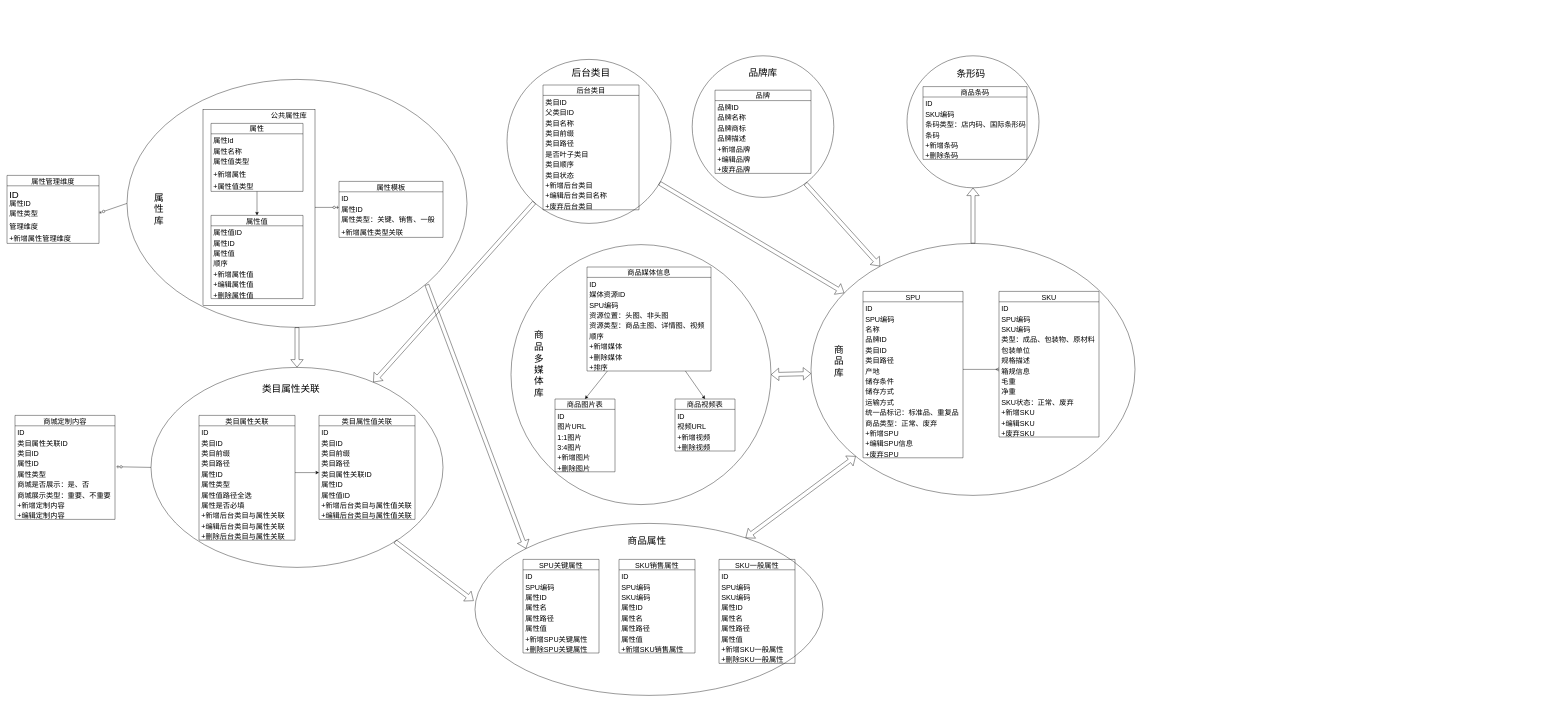
This is mode Diagram.drawio from baizi/draw, a draw.io file, before an edit. Source tidied: cells renumbered, new cells numbered last; positions are measured from the earlier drawing's top-left corner, leaving out a move shared by most shapes. Both pictures are drawn from the tidied source at 40%, with x=0, y=0 at pixel (7, 56).
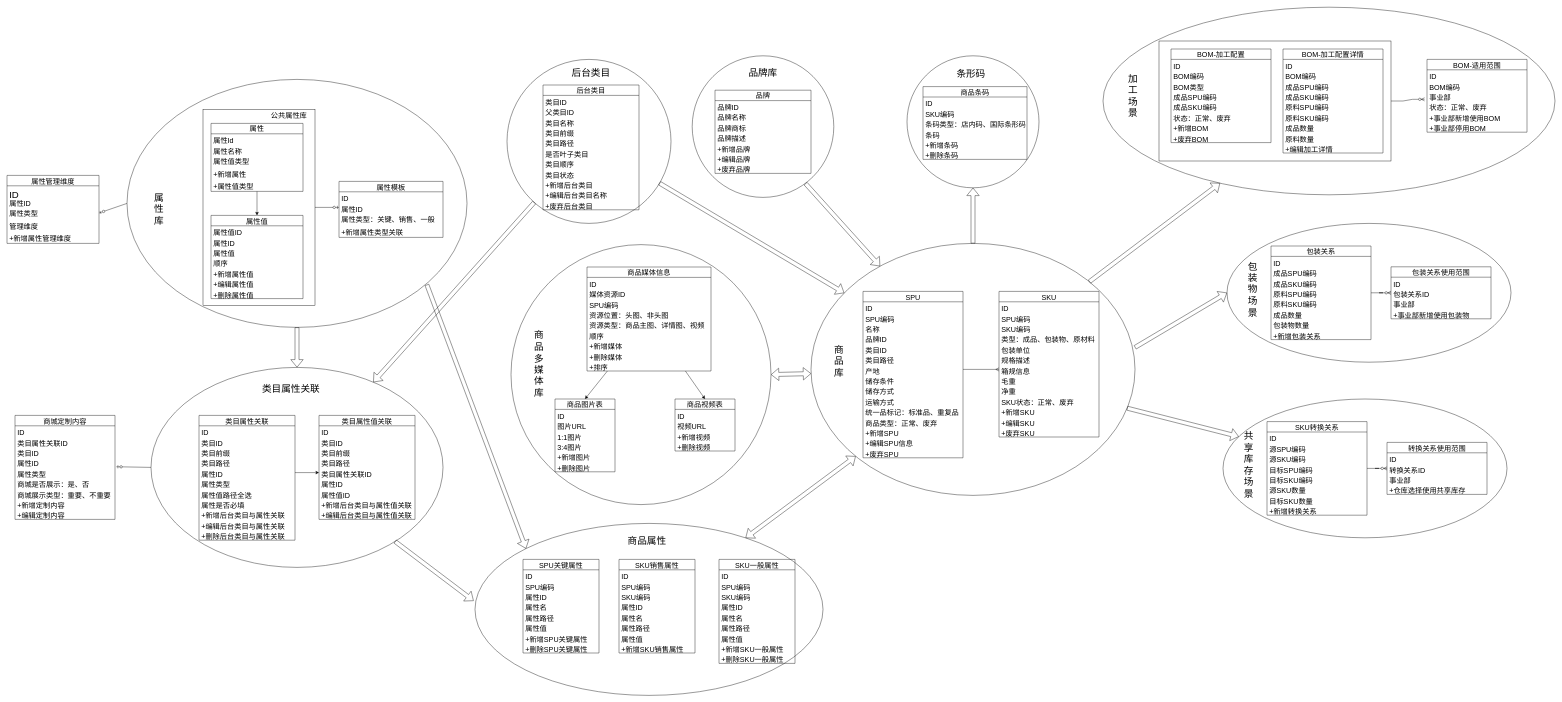
After the change.

Unchanged cells that the change refers to:
```xml
<mxCell id="7" style="ellipse;whiteSpace=wrap;html=1;fontSize=18;" parent="1" vertex="1">
  <mxGeometry x="2010" y="469" width="810" height="630" as="geometry" />
</mxCell>
```

Change to the diagram source:
```diff
@@
+    <mxCell id="202" style="ellipse;whiteSpace=wrap;html=1;fontSize=24;" parent="1" vertex="1">
+      <mxGeometry x="3050" y="419" width="710" height="347" as="geometry" />
+    </mxCell>
+    <mxCell id="203" style="ellipse;whiteSpace=wrap;html=1;fontSize=24;" parent="1" vertex="1">
+      <mxGeometry x="2740" y="-121.5" width="1130" height="469" as="geometry" />
+    </mxCell>
+    <mxCell id="204" style="rounded=0;whiteSpace=wrap;html=1;fontSize=24;" parent="1" vertex="1">
+      <mxGeometry x="2880" y="-37" width="580" height="300" as="geometry" />
+    </mxCell>
@@
+    <mxCell id="205" value="BOM-加工配置" style="swimlane;fontStyle=0;horizontal=1;startSize=26;fillColor=none;fontSize=18;" parent="1" vertex="1">
+      <mxGeometry x="2910" y="-17" width="250" height="234" as="geometry" />
+    </mxCell>
+    <mxCell id="206" value="ID" style="text;strokeColor=none;fillColor=none;align=left;verticalAlign=top;spacingLeft=4;spacingRight=4;overflow=hidden;fontSize=18;" parent="205" vertex="1">
+      <mxGeometry y="26" width="250" height="26" as="geometry" />
+    </mxCell>
+    <mxCell id="207" value="BOM编码" style="text;strokeColor=none;fillColor=none;align=left;verticalAlign=top;spacingLeft=4;spacingRight=4;overflow=hidden;fontSize=18;" parent="205" vertex="1">
+      <mxGeometry y="52" width="250" height="26" as="geometry" />
+    </mxCell>
+    <mxCell id="208" value="BOM类型" style="text;strokeColor=none;fillColor=none;align=left;verticalAlign=top;spacingLeft=4;spacingRight=4;overflow=hidden;fontSize=18;" parent="205" vertex="1">
+      <mxGeometry y="78" width="250" height="26" as="geometry" />
+    </mxCell>
+    <mxCell id="209" value="成品SPU编码" style="text;strokeColor=none;fillColor=none;align=left;verticalAlign=top;spacingLeft=4;spacingRight=4;overflow=hidden;fontSize=18;" parent="205" vertex="1">
+      <mxGeometry y="104" width="250" height="26" as="geometry" />
+    </mxCell>
+    <mxCell id="210" value="成品SKU编码" style="text;strokeColor=none;fillColor=none;align=left;verticalAlign=top;spacingLeft=4;spacingRight=4;overflow=hidden;fontSize=18;" parent="205" vertex="1">
+      <mxGeometry y="130" width="250" height="26" as="geometry" />
+    </mxCell>
+    <mxCell id="211" value="状态：正常、废弃" style="text;strokeColor=none;fillColor=none;align=left;verticalAlign=top;spacingLeft=4;spacingRight=4;overflow=hidden;fontSize=18;" parent="205" vertex="1">
+      <mxGeometry y="156" width="250" height="26" as="geometry" />
+    </mxCell>
+    <mxCell id="212" value="+新增BOM" style="text;strokeColor=none;fillColor=none;align=left;verticalAlign=top;spacingLeft=4;spacingRight=4;overflow=hidden;fontSize=18;" parent="205" vertex="1">
+      <mxGeometry y="182" width="250" height="26" as="geometry" />
+    </mxCell>
+    <mxCell id="213" value="+废弃BOM" style="text;strokeColor=none;fillColor=none;align=left;verticalAlign=top;spacingLeft=4;spacingRight=4;overflow=hidden;fontSize=18;" parent="205" vertex="1">
+      <mxGeometry y="208" width="250" height="26" as="geometry" />
+    </mxCell>
+    <mxCell id="214" value="BOM-加工配置详情" style="swimlane;fontStyle=0;horizontal=1;startSize=26;fillColor=none;fontSize=18;" parent="1" vertex="1">
+      <mxGeometry x="3190" y="-17" width="250" height="260" as="geometry" />
+    </mxCell>
+    <mxCell id="215" value="ID" style="text;strokeColor=none;fillColor=none;align=left;verticalAlign=top;spacingLeft=4;spacingRight=4;overflow=hidden;fontSize=18;" parent="214" vertex="1">
+      <mxGeometry y="26" width="250" height="26" as="geometry" />
+    </mxCell>
+    <mxCell id="216" value="BOM编码" style="text;strokeColor=none;fillColor=none;align=left;verticalAlign=top;spacingLeft=4;spacingRight=4;overflow=hidden;fontSize=18;" parent="214" vertex="1">
+      <mxGeometry y="52" width="250" height="26" as="geometry" />
+    </mxCell>
+    <mxCell id="217" value="成品SPU编码" style="text;strokeColor=none;fillColor=none;align=left;verticalAlign=top;spacingLeft=4;spacingRight=4;overflow=hidden;fontSize=18;" parent="214" vertex="1">
+      <mxGeometry y="78" width="250" height="26" as="geometry" />
+    </mxCell>
+    <mxCell id="218" value="成品SKU编码" style="text;strokeColor=none;fillColor=none;align=left;verticalAlign=top;spacingLeft=4;spacingRight=4;overflow=hidden;fontSize=18;" parent="214" vertex="1">
+      <mxGeometry y="104" width="250" height="26" as="geometry" />
+    </mxCell>
+    <mxCell id="219" value="原料SPU编码" style="text;strokeColor=none;fillColor=none;align=left;verticalAlign=top;spacingLeft=4;spacingRight=4;overflow=hidden;fontSize=18;" parent="214" vertex="1">
+      <mxGeometry y="130" width="250" height="26" as="geometry" />
+    </mxCell>
+    <mxCell id="220" value="原料SKU编码" style="text;strokeColor=none;fillColor=none;align=left;verticalAlign=top;spacingLeft=4;spacingRight=4;overflow=hidden;fontSize=18;" parent="214" vertex="1">
+      <mxGeometry y="156" width="250" height="26" as="geometry" />
+    </mxCell>
+    <mxCell id="221" value="成品数量" style="text;strokeColor=none;fillColor=none;align=left;verticalAlign=top;spacingLeft=4;spacingRight=4;overflow=hidden;fontSize=18;" parent="214" vertex="1">
+      <mxGeometry y="182" width="250" height="26" as="geometry" />
+    </mxCell>
+    <mxCell id="222" value="原料数量" style="text;strokeColor=none;fillColor=none;align=left;verticalAlign=top;spacingLeft=4;spacingRight=4;overflow=hidden;fontSize=18;" parent="214" vertex="1">
+      <mxGeometry y="208" width="250" height="26" as="geometry" />
+    </mxCell>
+    <mxCell id="223" value="+编辑加工详情" style="text;strokeColor=none;fillColor=none;align=left;verticalAlign=top;spacingLeft=4;spacingRight=4;overflow=hidden;fontSize=18;" parent="214" vertex="1">
+      <mxGeometry y="234" width="250" height="26" as="geometry" />
+    </mxCell>
+    <mxCell id="224" value="BOM-适用范围" style="swimlane;fontStyle=0;horizontal=1;startSize=26;fillColor=none;fontSize=18;" parent="1" vertex="1">
+      <mxGeometry x="3550" y="9" width="250" height="182" as="geometry" />
+    </mxCell>
+    <mxCell id="225" value="ID" style="text;strokeColor=none;fillColor=none;align=left;verticalAlign=top;spacingLeft=4;spacingRight=4;overflow=hidden;fontSize=18;" parent="224" vertex="1">
+      <mxGeometry y="26" width="250" height="26" as="geometry" />
+    </mxCell>
+    <mxCell id="226" value="BOM编码" style="text;strokeColor=none;fillColor=none;align=left;verticalAlign=top;spacingLeft=4;spacingRight=4;overflow=hidden;fontSize=18;" parent="224" vertex="1">
+      <mxGeometry y="52" width="250" height="26" as="geometry" />
+    </mxCell>
+    <mxCell id="227" value="事业部" style="text;strokeColor=none;fillColor=none;align=left;verticalAlign=top;spacingLeft=4;spacingRight=4;overflow=hidden;fontSize=18;" parent="224" vertex="1">
+      <mxGeometry y="78" width="250" height="26" as="geometry" />
+    </mxCell>
+    <mxCell id="228" value="状态：正常、废弃" style="text;strokeColor=none;fillColor=none;align=left;verticalAlign=top;spacingLeft=4;spacingRight=4;overflow=hidden;points=[[0,0.5],[1,0.5]];portConstraint=eastwest;fontSize=18;" parent="224" vertex="1">
+      <mxGeometry y="104" width="250" height="26" as="geometry" />
+    </mxCell>
+    <mxCell id="229" value="+事业部新增使用BOM" style="text;strokeColor=none;fillColor=none;align=left;verticalAlign=top;spacingLeft=4;spacingRight=4;overflow=hidden;fontSize=18;" parent="224" vertex="1">
+      <mxGeometry y="130" width="250" height="26" as="geometry" />
+    </mxCell>
+    <mxCell id="230" value="+事业部停用BOM" style="text;strokeColor=none;fillColor=none;align=left;verticalAlign=top;spacingLeft=4;spacingRight=4;overflow=hidden;fontSize=18;" parent="224" vertex="1">
+      <mxGeometry y="156" width="250" height="26" as="geometry" />
+    </mxCell>
+    <mxCell id="231" style="edgeStyle=entityRelationEdgeStyle;fontSize=12;html=1;endArrow=ERzeroToMany;endFill=1;rounded=0;entryX=-0.024;entryY=-0.161;entryDx=0;entryDy=0;entryPerimeter=0;exitX=1;exitY=0.5;exitDx=0;exitDy=0;" parent="1" edge="1" source="204" target="228">
+      <mxGeometry relative="1" as="geometry" />
+    </mxCell>
+    <mxCell id="232" value="加工场景" style="text;html=1;strokeColor=none;fillColor=none;align=center;verticalAlign=middle;whiteSpace=wrap;rounded=0;fontSize=24;" parent="1" vertex="1">
+      <mxGeometry x="2800" y="48" width="30" height="104" as="geometry" />
+    </mxCell>
+    <mxCell id="233" style="shape=flexArrow;endArrow=classic;html=1;rounded=0;fontSize=24;" parent="1" edge="1" source="7" target="203">
+      <mxGeometry relative="1" as="geometry" />
+    </mxCell>
+    <mxCell id="234" value="包装关系" style="swimlane;fontStyle=0;horizontal=1;startSize=26;fillColor=none;fontSize=18;" parent="1" vertex="1">
+      <mxGeometry x="3160" y="475.5" width="250" height="234" as="geometry" />
+    </mxCell>
+    <mxCell id="235" value="ID" style="text;strokeColor=none;fillColor=none;align=left;verticalAlign=top;spacingLeft=4;spacingRight=4;overflow=hidden;fontSize=18;" parent="234" vertex="1">
+      <mxGeometry y="26" width="250" height="26" as="geometry" />
+    </mxCell>
+    <mxCell id="236" value="成品SPU编码" style="text;strokeColor=none;fillColor=none;align=left;verticalAlign=top;spacingLeft=4;spacingRight=4;overflow=hidden;fontSize=18;" parent="234" vertex="1">
+      <mxGeometry y="52" width="250" height="26" as="geometry" />
+    </mxCell>
+    <mxCell id="237" value="成品SKU编码" style="text;strokeColor=none;fillColor=none;align=left;verticalAlign=top;spacingLeft=4;spacingRight=4;overflow=hidden;fontSize=18;" parent="234" vertex="1">
+      <mxGeometry y="78" width="250" height="26" as="geometry" />
+    </mxCell>
+    <mxCell id="238" value="原料SPU编码" style="text;strokeColor=none;fillColor=none;align=left;verticalAlign=top;spacingLeft=4;spacingRight=4;overflow=hidden;points=[[0,0.5],[1,0.5]];portConstraint=eastwest;fontSize=18;" parent="234" vertex="1">
+      <mxGeometry y="104" width="250" height="26" as="geometry" />
+    </mxCell>
+    <mxCell id="239" value="原料SKU编码" style="text;strokeColor=none;fillColor=none;align=left;verticalAlign=top;spacingLeft=4;spacingRight=4;overflow=hidden;fontSize=18;" parent="234" vertex="1">
+      <mxGeometry y="130" width="250" height="26" as="geometry" />
+    </mxCell>
+    <mxCell id="240" value="成品数量" style="text;strokeColor=none;fillColor=none;align=left;verticalAlign=top;spacingLeft=4;spacingRight=4;overflow=hidden;fontSize=18;" parent="234" vertex="1">
+      <mxGeometry y="156" width="250" height="26" as="geometry" />
+    </mxCell>
+    <mxCell id="241" value="包装物数量" style="text;strokeColor=none;fillColor=none;align=left;verticalAlign=top;spacingLeft=4;spacingRight=4;overflow=hidden;fontSize=18;" parent="234" vertex="1">
+      <mxGeometry y="182" width="250" height="26" as="geometry" />
+    </mxCell>
+    <mxCell id="242" value="+新增包装关系" style="text;strokeColor=none;fillColor=none;align=left;verticalAlign=top;spacingLeft=4;spacingRight=4;overflow=hidden;fontSize=18;" parent="234" vertex="1">
+      <mxGeometry y="208" width="250" height="26" as="geometry" />
+    </mxCell>
+    <mxCell id="243" value="包装关系使用范围" style="swimlane;fontStyle=0;horizontal=1;startSize=26;fillColor=none;fontSize=18;" parent="1" vertex="1">
+      <mxGeometry x="3460" y="527.5" width="250" height="130" as="geometry" />
+    </mxCell>
+    <mxCell id="244" value="ID" style="text;strokeColor=none;fillColor=none;align=left;verticalAlign=top;spacingLeft=4;spacingRight=4;overflow=hidden;fontSize=18;" parent="243" vertex="1">
+      <mxGeometry y="26" width="250" height="26" as="geometry" />
+    </mxCell>
+    <mxCell id="245" value="包装关系ID" style="text;strokeColor=none;fillColor=none;align=left;verticalAlign=top;spacingLeft=4;spacingRight=4;overflow=hidden;fontSize=18;" parent="243" vertex="1">
+      <mxGeometry y="52" width="250" height="26" as="geometry" />
+    </mxCell>
+    <mxCell id="246" value="事业部" style="text;strokeColor=none;fillColor=none;align=left;verticalAlign=top;spacingLeft=4;spacingRight=4;overflow=hidden;fontSize=18;" parent="243" vertex="1">
+      <mxGeometry y="78" width="250" height="26" as="geometry" />
+    </mxCell>
+    <mxCell id="247" value="+事业部新增使用包装物" style="text;strokeColor=none;fillColor=none;align=left;verticalAlign=top;spacingLeft=4;spacingRight=4;overflow=hidden;fontSize=18;" parent="243" vertex="1">
+      <mxGeometry y="104" width="250" height="26" as="geometry" />
+    </mxCell>
+    <mxCell id="248" style="edgeStyle=entityRelationEdgeStyle;fontSize=12;html=1;endArrow=ERzeroToMany;endFill=1;rounded=0;exitX=1;exitY=0.5;exitDx=0;exitDy=0;" parent="1" edge="1" source="238" target="243">
+      <mxGeometry relative="1" as="geometry" />
+    </mxCell>
+    <mxCell id="249" value="包装物场景" style="text;html=1;strokeColor=none;fillColor=none;align=center;verticalAlign=middle;whiteSpace=wrap;rounded=0;fontSize=24;" parent="1" vertex="1">
+      <mxGeometry x="3090" y="542.5" width="49" height="83" as="geometry" />
+    </mxCell>
+    <mxCell id="250" style="shape=flexArrow;endArrow=classic;html=1;rounded=0;fontSize=24;entryX=0;entryY=0.5;entryDx=0;entryDy=0;" parent="1" edge="1" target="202">
+      <mxGeometry relative="1" as="geometry">
+        <mxPoint x="2820" y="729" as="sourcePoint" />
+      </mxGeometry>
+    </mxCell>
+    <mxCell id="251" style="ellipse;whiteSpace=wrap;html=1;fontSize=24;" parent="1" vertex="1">
+      <mxGeometry x="3040" y="858" width="710" height="347" as="geometry" />
+    </mxCell>
+    <mxCell id="252" value="SKU转换关系" style="swimlane;fontStyle=0;horizontal=1;startSize=26;fillColor=none;fontSize=18;" parent="1" vertex="1">
+      <mxGeometry x="3150" y="914.5" width="250" height="234" as="geometry" />
+    </mxCell>
+    <mxCell id="253" value="ID" style="text;strokeColor=none;fillColor=none;align=left;verticalAlign=top;spacingLeft=4;spacingRight=4;overflow=hidden;fontSize=18;" parent="252" vertex="1">
+      <mxGeometry y="26" width="250" height="26" as="geometry" />
+    </mxCell>
+    <mxCell id="254" value="源SPU编码" style="text;strokeColor=none;fillColor=none;align=left;verticalAlign=top;spacingLeft=4;spacingRight=4;overflow=hidden;fontSize=18;" parent="252" vertex="1">
+      <mxGeometry y="52" width="250" height="26" as="geometry" />
+    </mxCell>
+    <mxCell id="255" value="源SKU编码" style="text;strokeColor=none;fillColor=none;align=left;verticalAlign=top;spacingLeft=4;spacingRight=4;overflow=hidden;fontSize=18;" parent="252" vertex="1">
+      <mxGeometry y="78" width="250" height="26" as="geometry" />
+    </mxCell>
+    <mxCell id="256" value="目标SPU编码" style="text;strokeColor=none;fillColor=none;align=left;verticalAlign=top;spacingLeft=4;spacingRight=4;overflow=hidden;points=[[0,0.5],[1,0.5]];portConstraint=eastwest;fontSize=18;" parent="252" vertex="1">
+      <mxGeometry y="104" width="250" height="26" as="geometry" />
+    </mxCell>
+    <mxCell id="257" value="目标SKU编码" style="text;strokeColor=none;fillColor=none;align=left;verticalAlign=top;spacingLeft=4;spacingRight=4;overflow=hidden;fontSize=18;" parent="252" vertex="1">
+      <mxGeometry y="130" width="250" height="26" as="geometry" />
+    </mxCell>
+    <mxCell id="258" value="源SKU数量" style="text;strokeColor=none;fillColor=none;align=left;verticalAlign=top;spacingLeft=4;spacingRight=4;overflow=hidden;fontSize=18;" parent="252" vertex="1">
+      <mxGeometry y="156" width="250" height="26" as="geometry" />
+    </mxCell>
+    <mxCell id="259" value="目标SKU数量" style="text;strokeColor=none;fillColor=none;align=left;verticalAlign=top;spacingLeft=4;spacingRight=4;overflow=hidden;fontSize=18;" parent="252" vertex="1">
+      <mxGeometry y="182" width="250" height="26" as="geometry" />
+    </mxCell>
+    <mxCell id="260" value="+新增转换关系" style="text;strokeColor=none;fillColor=none;align=left;verticalAlign=top;spacingLeft=4;spacingRight=4;overflow=hidden;fontSize=18;" parent="252" vertex="1">
+      <mxGeometry y="208" width="250" height="26" as="geometry" />
+    </mxCell>
+    <mxCell id="261" value="转换关系使用范围" style="swimlane;fontStyle=0;horizontal=1;startSize=26;fillColor=none;fontSize=18;" parent="1" vertex="1">
+      <mxGeometry x="3450" y="966.5" width="250" height="130" as="geometry" />
+    </mxCell>
+    <mxCell id="262" value="ID" style="text;strokeColor=none;fillColor=none;align=left;verticalAlign=top;spacingLeft=4;spacingRight=4;overflow=hidden;fontSize=18;" parent="261" vertex="1">
+      <mxGeometry y="26" width="250" height="26" as="geometry" />
+    </mxCell>
+    <mxCell id="263" value="转换关系ID" style="text;strokeColor=none;fillColor=none;align=left;verticalAlign=top;spacingLeft=4;spacingRight=4;overflow=hidden;fontSize=18;" parent="261" vertex="1">
+      <mxGeometry y="52" width="250" height="26" as="geometry" />
+    </mxCell>
+    <mxCell id="264" value="事业部" style="text;strokeColor=none;fillColor=none;align=left;verticalAlign=top;spacingLeft=4;spacingRight=4;overflow=hidden;fontSize=18;" parent="261" vertex="1">
+      <mxGeometry y="78" width="250" height="26" as="geometry" />
+    </mxCell>
+    <mxCell id="265" value="+仓库选择使用共享库存" style="text;strokeColor=none;fillColor=none;align=left;verticalAlign=top;spacingLeft=4;spacingRight=4;overflow=hidden;fontSize=18;" parent="261" vertex="1">
+      <mxGeometry y="104" width="250" height="26" as="geometry" />
+    </mxCell>
+    <mxCell id="266" style="edgeStyle=entityRelationEdgeStyle;fontSize=12;html=1;endArrow=ERzeroToMany;endFill=1;rounded=0;exitX=1;exitY=0.5;exitDx=0;exitDy=0;" parent="1" edge="1" source="256" target="261">
+      <mxGeometry relative="1" as="geometry" />
+    </mxCell>
+    <mxCell id="267" value="共享库存场景" style="text;html=1;strokeColor=none;fillColor=none;align=center;verticalAlign=middle;whiteSpace=wrap;rounded=0;fontSize=24;" parent="1" vertex="1">
+      <mxGeometry x="3080" y="981.5" width="49" height="83" as="geometry" />
+    </mxCell>
+    <mxCell id="268" style="shape=flexArrow;endArrow=classic;html=1;rounded=0;fontSize=24;" parent="1" edge="1" source="7" target="251">
+      <mxGeometry relative="1" as="geometry" />
+    </mxCell>
```
